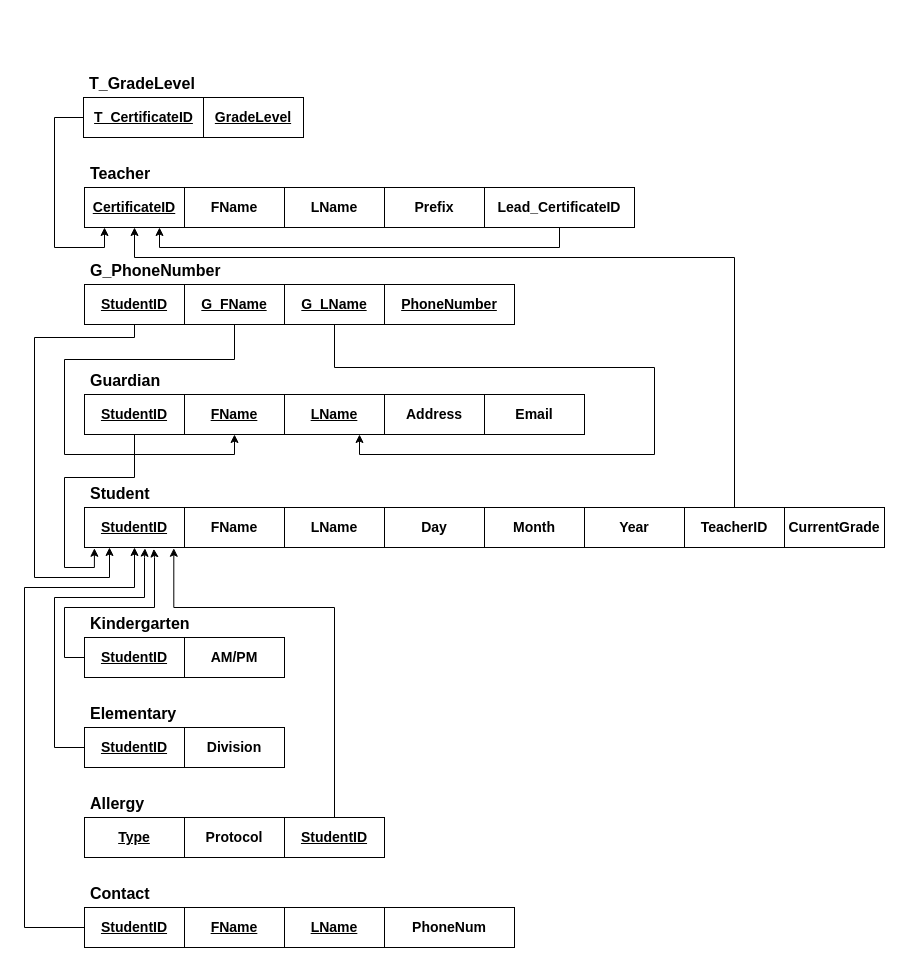
Above: page "Exercise1" (1 of 6) of EERD and Relational Schema.drawio in HAZberi/ensf-608-assignment1-eerd (draw.io), before the change. Source tidied: cells renumbered, new cells numbered last; positions are measured from the earlier drawing's top-left corner, leaving out a move shared by most shapes. Both pictures are drawn from the tidied source at 100%, with x=0, y=0 at pixel (24, 67).
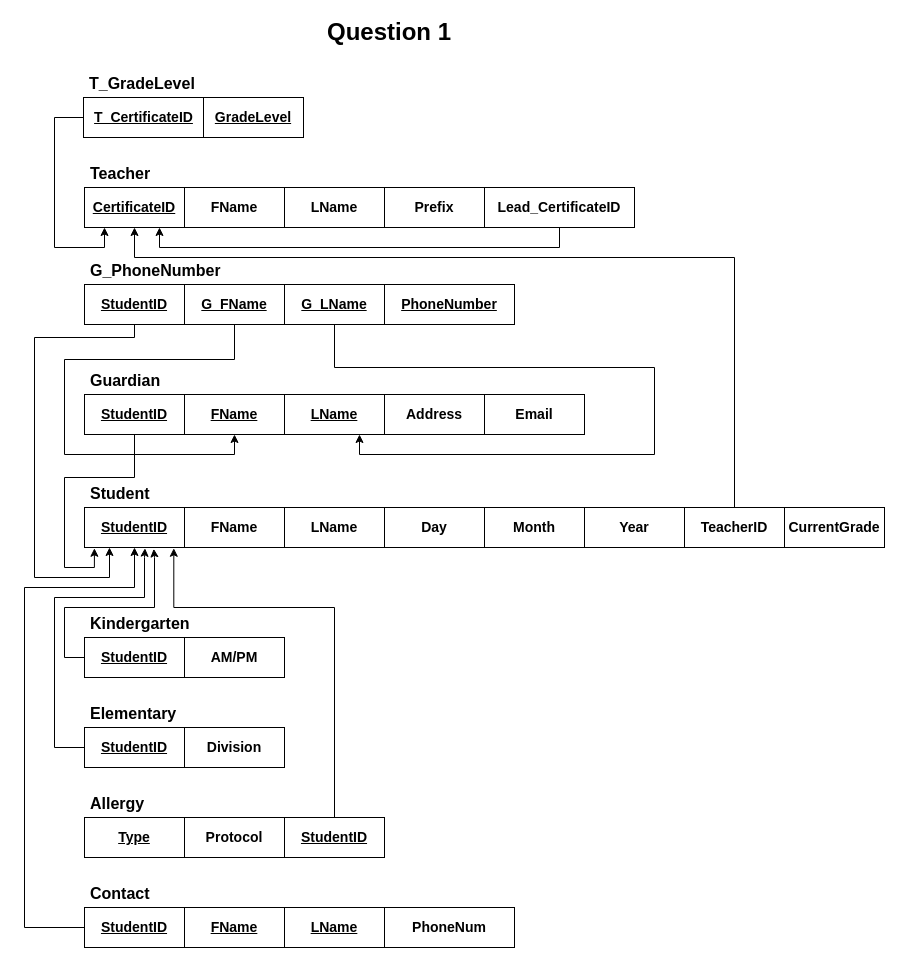
The same page after the edit.

The edit, as a diff of the source:
```diff
@@
+    <mxCell id="67" value="&lt;font style=&quot;font-size: 24px;&quot;&gt;&lt;b&gt;Question 1&lt;/b&gt;&lt;/font&gt;" style="text;html=1;strokeColor=none;fillColor=none;align=center;verticalAlign=middle;whiteSpace=wrap;rounded=0;" parent="1" vertex="1">
+      <mxGeometry x="260" y="-50" width="210" height="30" as="geometry" />
+    </mxCell>
```
